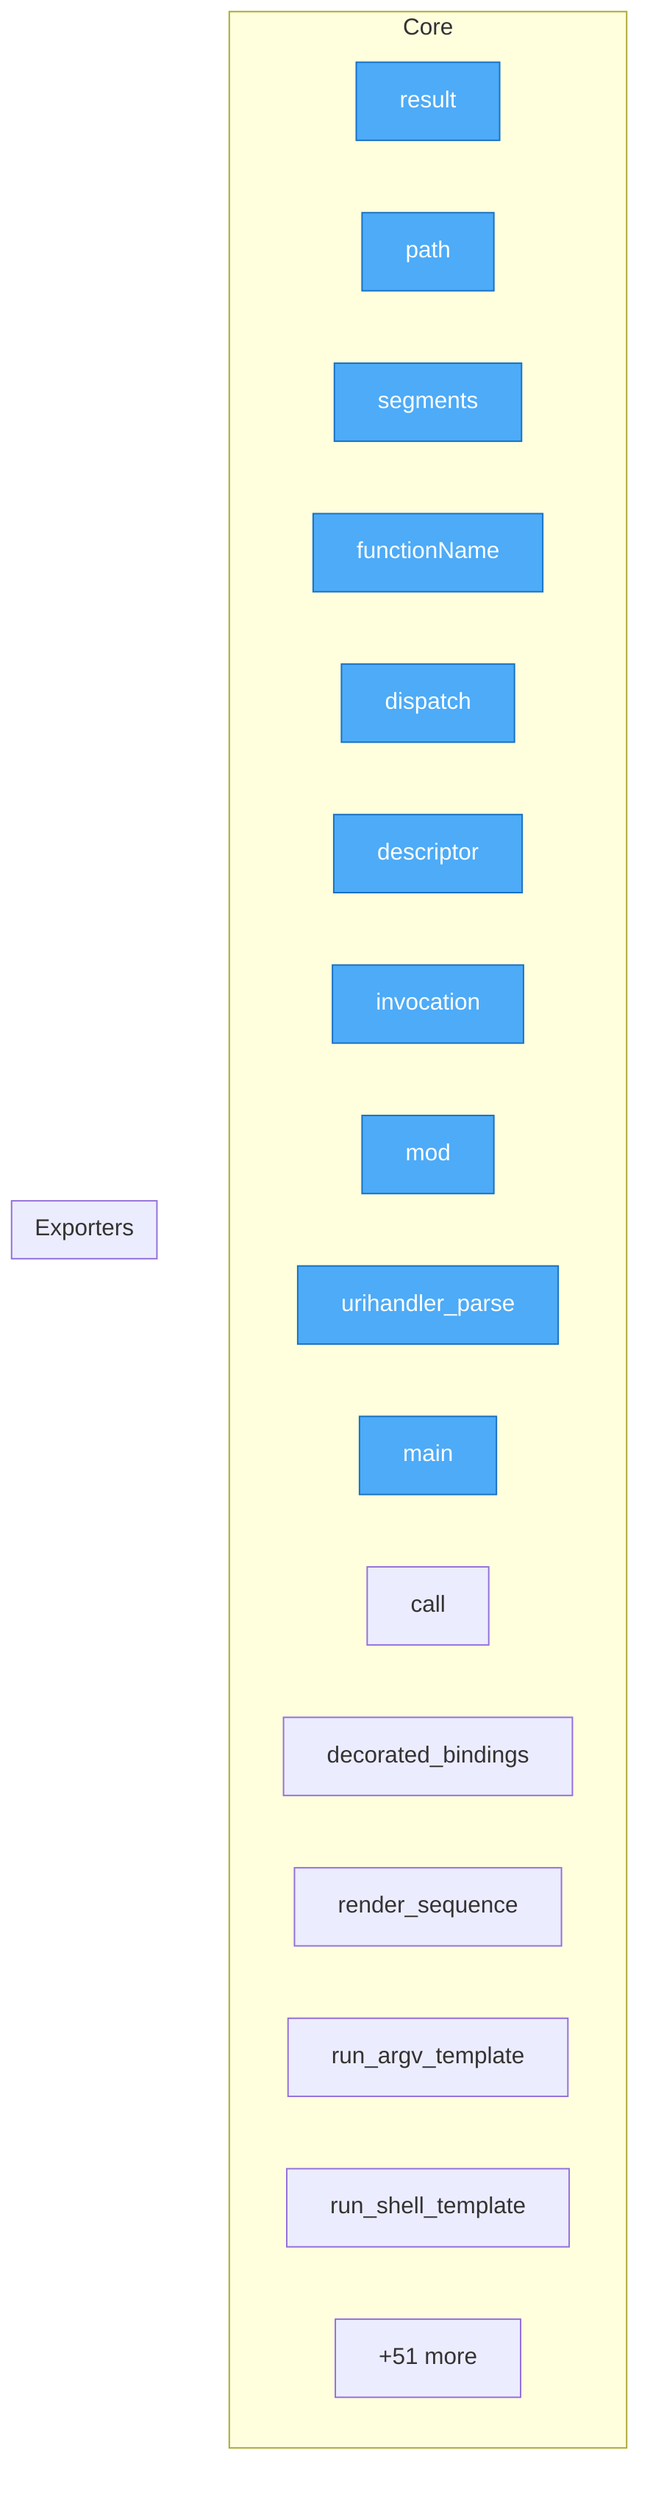
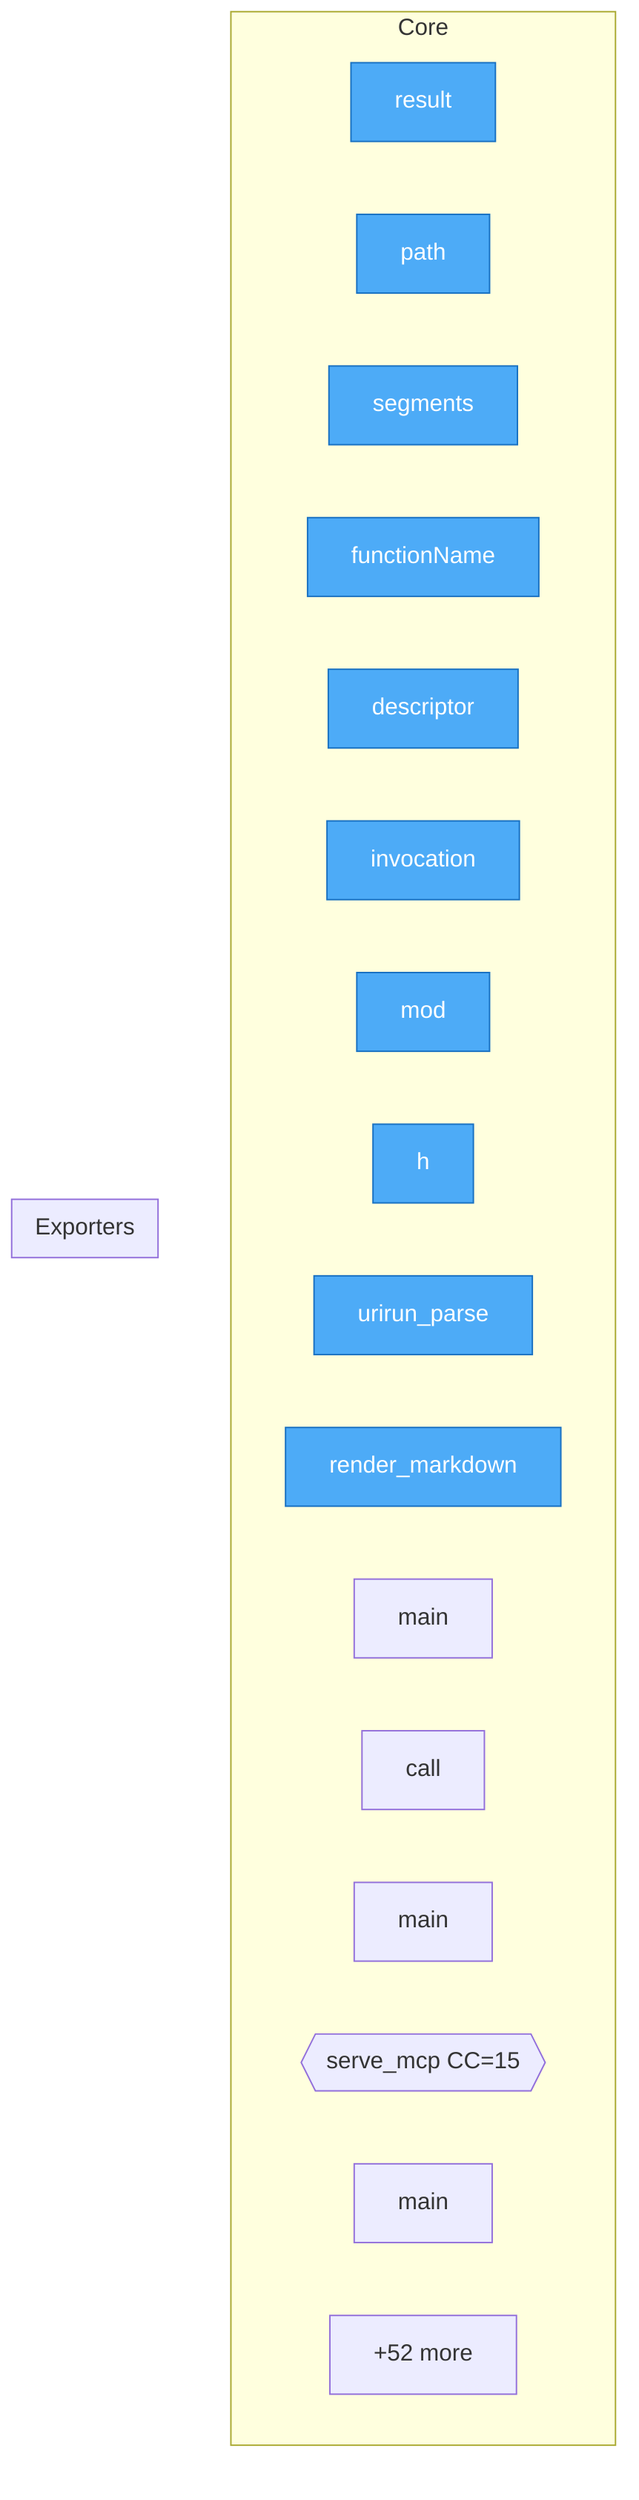
flowchart TD
%% generated in 0.01s

    %% Entry points (blue)
    classDef entry fill:#4dabf7,stroke:#1971c2,color:#fff

    subgraph Core
        adapters__js__index__test__result["result"]
        adapters__js__path["path"]
        adapters__js__segments["segments"]
        adapters__js__functionName["functionName"]
-         adapters__js__dispatch["dispatch"]
        adapters__js__descriptor["descriptor"]
        adapters__js__invocation["invocation"]
        adapters__js__mod["mod"]
-         adapters__c__urihandler__urihandler_parse["urihandler_parse"]
-         adapters__c__urihandler_test__main["main"]
-         adapters__python__urihandler__v8_service__call["call"]
-         adapters__python__urihandler__v8__decorated_bindings["decorated_bindings"]
-         adapters__python__urihandler__v8__render_sequence["render_sequence"]
-         adapters__python__urihandler__v8__run_argv_template["run_argv_template"]
-         adapters__python__urihandler__v8__run_shell_template["run_shell_template"]
-         ...["+51 more"]
+         www__index__h["h"]
+         adapters__c__urirun__urirun_parse["urirun_parse"]
+         www__docs__render_markdown["render_markdown"]
+         adapters__c__urirun_test__main["main"]
+         adapters__python__urirun__v2_service__call["call"]
+         adapters__python__urirun__v2_adopt__main["main"]
+         adapters__python__urirun__v2_mcp__serve_mcp{{serve_mcp CC=15}}
+         adapters__python__urirun__v2_mcp__main["main"]
+         ...["+52 more"]
    end

    subgraph Exporters
    end

-     class adapters__js__index__test__result,adapters__js__path,adapters__js__segments,adapters__js__functionName,adapters__js__dispatch,adapters__js__descriptor,adapters__js__invocation,adapters__js__mod,adapters__c__urihandler__urihandler_parse,adapters__c__urihandler_test__main entry
+     class adapters__js__index__test__result,adapters__js__path,adapters__js__segments,adapters__js__functionName,adapters__js__descriptor,adapters__js__invocation,adapters__js__mod,www__index__h,adapters__c__urirun__urirun_parse,www__docs__render_markdown entry
